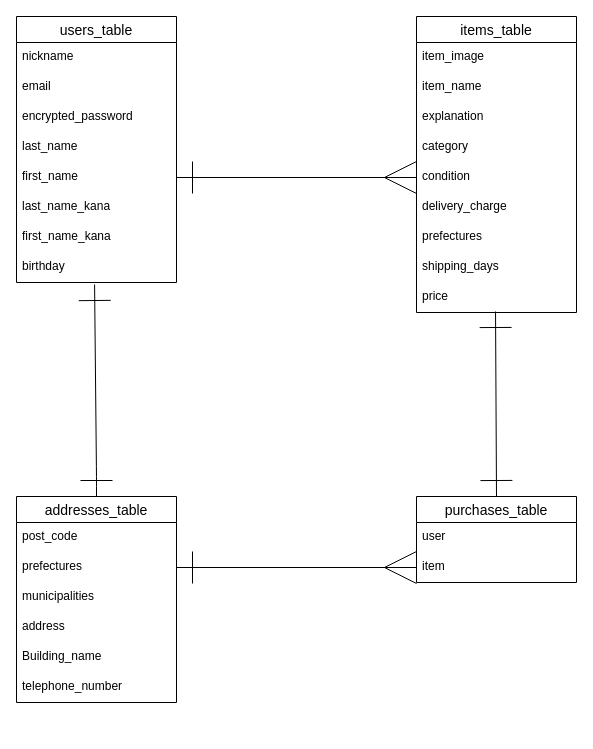
The draw.io diagram er.dio in mymai8/furima-38921, before the edit. Source tidied: cells renumbered, new cells numbered last; positions are measured from the earlier drawing's top-left corner, leaving out a move shared by most shapes. Both pictures are drawn from the tidied source at 100%, with x=0, y=0 at pixel (16, 16).
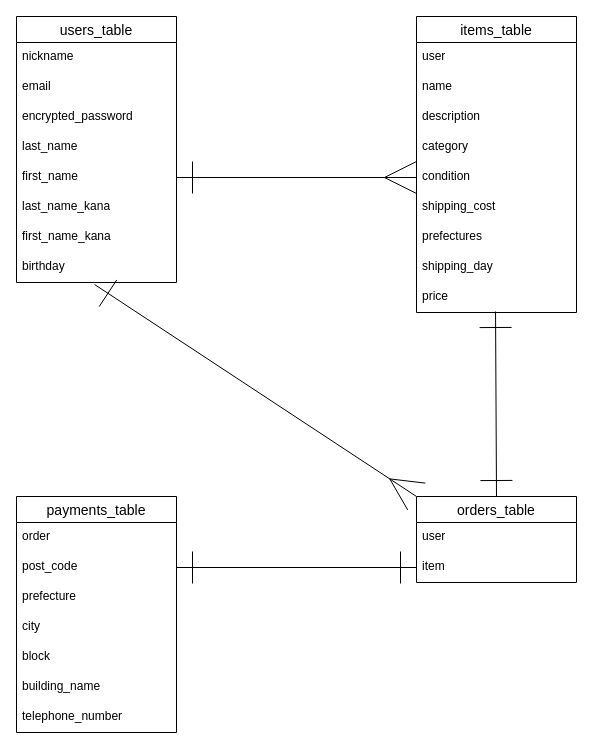
Above is the later version.

Commit message (it also covers changes not shown here):
ED図・READMEの修正2

The change refers to these unchanged cells:
```xml
<mxCell id="10" value="birthday" style="text;strokeColor=none;fillColor=none;spacingLeft=4;spacingRight=4;overflow=hidden;points=[[0,0.5],[1,0.5]];portConstraint=eastwest;fontSize=12;" parent="2" vertex="1">
  <mxGeometry y="236" width="160" height="30" as="geometry" />
</mxCell>
<mxCell id="11" value="items_table" style="swimlane;fontStyle=0;horizontal=1;startSize=26;align=center;fontSize=14;" parent="1" vertex="1">
  <mxGeometry x="400" width="160" height="296" as="geometry" />
</mxCell>
<mxCell id="32" value="item" style="text;strokeColor=none;fillColor=none;spacingLeft=4;spacingRight=4;overflow=hidden;points=[[0,0.5],[1,0.5]];portConstraint=eastwest;fontSize=12;" parent="30" vertex="1">
  <mxGeometry y="56" width="160" height="30" as="geometry" />
</mxCell>
```

The edit, as a diff of the source:
```diff
@@
-    <mxCell id="12" value="item_image" style="text;strokeColor=none;fillColor=none;spacingLeft=4;spacingRight=4;overflow=hidden;fontSize=12;" parent="11" vertex="1">
-      <mxGeometry y="26" width="160" height="30" as="geometry" />
-    </mxCell>
+    <mxCell id="35" value="user" style="text;strokeColor=none;fillColor=none;spacingLeft=4;spacingRight=4;overflow=hidden;fontSize=12;" parent="11" vertex="1">
+      <mxGeometry y="26" width="160" height="30" as="geometry" />
+    </mxCell>
-    <mxCell id="13" value="item_name" style="text;strokeColor=none;fillColor=none;spacingLeft=4;spacingRight=4;overflow=hidden;fontSize=12;" parent="11" vertex="1">
+    <mxCell id="13" value="name" style="text;strokeColor=none;fillColor=none;spacingLeft=4;spacingRight=4;overflow=hidden;fontSize=12;" parent="11" vertex="1">
       <mxGeometry y="56" width="160" height="30" as="geometry" />
     </mxCell>
-    <mxCell id="14" value="explanation" style="text;strokeColor=none;fillColor=none;spacingLeft=4;spacingRight=4;overflow=hidden;fontSize=12;" parent="11" vertex="1">
+    <mxCell id="14" value="description" style="text;strokeColor=none;fillColor=none;spacingLeft=4;spacingRight=4;overflow=hidden;fontSize=12;" parent="11" vertex="1">
       <mxGeometry y="86" width="160" height="30" as="geometry" />
     </mxCell>
@@
-    <mxCell id="17" value="delivery_charge" style="text;strokeColor=none;fillColor=none;spacingLeft=4;spacingRight=4;overflow=hidden;fontSize=12;" parent="11" vertex="1">
+    <mxCell id="17" value="shipping_cost" style="text;strokeColor=none;fillColor=none;spacingLeft=4;spacingRight=4;overflow=hidden;fontSize=12;" parent="11" vertex="1">
       <mxGeometry y="176" width="160" height="30" as="geometry" />
     </mxCell>
@@
-    <mxCell id="19" value="shipping_days" style="text;strokeColor=none;fillColor=none;spacingLeft=4;spacingRight=4;overflow=hidden;fontSize=12;" parent="11" vertex="1">
+    <mxCell id="19" value="shipping_day" style="text;strokeColor=none;fillColor=none;spacingLeft=4;spacingRight=4;overflow=hidden;fontSize=12;" parent="11" vertex="1">
       <mxGeometry y="236" width="160" height="30" as="geometry" />
     </mxCell>
@@
-    <mxCell id="22" value="addresses_table" style="swimlane;fontStyle=0;horizontal=1;startSize=26;align=center;fontSize=14;" parent="1" vertex="1">
-      <mxGeometry y="480" width="160" height="206" as="geometry" />
+    <mxCell id="22" value="payments_table" style="swimlane;fontStyle=0;horizontal=1;startSize=26;align=center;fontSize=14;" parent="1" vertex="1">
+      <mxGeometry y="480" width="160" height="236" as="geometry" />
     </mxCell>
+    <mxCell id="36" value="order" style="text;strokeColor=none;fillColor=none;spacingLeft=4;spacingRight=4;overflow=hidden;fontSize=12;" parent="22" vertex="1">
+      <mxGeometry y="26" width="160" height="30" as="geometry" />
+    </mxCell>
     <mxCell id="23" value="post_code" style="text;strokeColor=none;fillColor=none;spacingLeft=4;spacingRight=4;overflow=hidden;points=[[0,0.5],[1,0.5]];portConstraint=eastwest;fontSize=12;" parent="22" vertex="1">
-      <mxGeometry y="26" width="160" height="30" as="geometry" />
+      <mxGeometry y="56" width="160" height="30" as="geometry" />
     </mxCell>
-    <mxCell id="24" value="prefectures" style="text;strokeColor=none;fillColor=none;spacingLeft=4;spacingRight=4;overflow=hidden;points=[[0,0.5],[1,0.5]];portConstraint=eastwest;fontSize=12;" parent="22" vertex="1">
-      <mxGeometry y="56" width="160" height="30" as="geometry" />
+    <mxCell id="24" value="prefecture" style="text;strokeColor=none;fillColor=none;spacingLeft=4;spacingRight=4;overflow=hidden;points=[[0,0.5],[1,0.5]];portConstraint=eastwest;fontSize=12;" parent="22" vertex="1">
+      <mxGeometry y="86" width="160" height="30" as="geometry" />
     </mxCell>
-    <mxCell id="25" value="municipalities" style="text;strokeColor=none;fillColor=none;spacingLeft=4;spacingRight=4;overflow=hidden;fontSize=12;" parent="22" vertex="1">
-      <mxGeometry y="86" width="160" height="30" as="geometry" />
+    <mxCell id="25" value="city" style="text;strokeColor=none;fillColor=none;spacingLeft=4;spacingRight=4;overflow=hidden;fontSize=12;" parent="22" vertex="1">
+      <mxGeometry y="116" width="160" height="30" as="geometry" />
     </mxCell>
-    <mxCell id="26" value="address" style="text;strokeColor=none;fillColor=none;spacingLeft=4;spacingRight=4;overflow=hidden;fontSize=12;" parent="22" vertex="1">
-      <mxGeometry y="116" width="160" height="30" as="geometry" />
+    <mxCell id="26" value="block" style="text;strokeColor=none;fillColor=none;spacingLeft=4;spacingRight=4;overflow=hidden;fontSize=12;" parent="22" vertex="1">
+      <mxGeometry y="146" width="160" height="30" as="geometry" />
     </mxCell>
-    <mxCell id="27" value="Building_name" style="text;strokeColor=none;fillColor=none;spacingLeft=4;spacingRight=4;overflow=hidden;fontSize=12;" parent="22" vertex="1">
-      <mxGeometry y="146" width="160" height="30" as="geometry" />
+    <mxCell id="27" value="building_name" style="text;strokeColor=none;fillColor=none;spacingLeft=4;spacingRight=4;overflow=hidden;fontSize=12;" parent="22" vertex="1">
+      <mxGeometry y="176" width="160" height="30" as="geometry" />
     </mxCell>
     <mxCell id="28" value="telephone_number" style="text;strokeColor=none;fillColor=none;spacingLeft=4;spacingRight=4;overflow=hidden;fontSize=12;" parent="22" vertex="1">
-      <mxGeometry y="176" width="160" height="30" as="geometry" />
+      <mxGeometry y="206" width="160" height="30" as="geometry" />
     </mxCell>
-    <mxCell id="29" style="edgeStyle=none;jumpSize=12;html=1;entryX=0.5;entryY=0;entryDx=0;entryDy=0;strokeWidth=1;startArrow=ERone;startFill=0;endArrow=ERone;endFill=0;startSize=30;endSize=30;exitX=0.488;exitY=1.067;exitDx=0;exitDy=0;exitPerimeter=0;" parent="1" edge="1" source="10" target="22">
-      <mxGeometry relative="1" as="geometry">
-        <Array as="points">
-          <mxPoint x="80" y="460" />
-        </Array>
-      </mxGeometry>
+    <mxCell id="29" style="edgeStyle=none;jumpSize=12;html=1;entryX=0;entryY=0;entryDx=0;entryDy=0;strokeWidth=1;startArrow=ERone;startFill=0;endArrow=ERmany;endFill=0;startSize=30;endSize=30;exitX=0.488;exitY=1.067;exitDx=0;exitDy=0;exitPerimeter=0;" parent="1" edge="1" source="10" target="30">
+      <mxGeometry relative="1" as="geometry" />
     </mxCell>
-    <mxCell id="30" value="purchases_table" style="swimlane;fontStyle=0;horizontal=1;startSize=26;align=center;fontSize=14;" parent="1" vertex="1">
+    <mxCell id="30" value="orders_table" style="swimlane;fontStyle=0;horizontal=1;startSize=26;align=center;fontSize=14;" parent="1" vertex="1">
       <mxGeometry x="400" y="480" width="160" height="86" as="geometry" />
     </mxCell>
@@
-    <mxCell id="34" style="edgeStyle=none;jumpSize=12;html=1;exitX=1;exitY=0.5;exitDx=0;exitDy=0;entryX=0;entryY=0.5;entryDx=0;entryDy=0;strokeWidth=1;startArrow=ERone;startFill=0;endArrow=ERmany;endFill=0;startSize=30;endSize=30;" parent="1" edge="1" source="24" target="32">
-      <mxGeometry relative="1" as="geometry" />
+    <mxCell id="34" style="edgeStyle=none;jumpSize=12;html=1;strokeWidth=1;startArrow=ERone;startFill=0;endArrow=ERone;endFill=0;startSize=30;endSize=30;" parent="1" edge="1" source="23">
+      <mxGeometry relative="1" as="geometry">
+        <mxPoint x="400" y="551" as="targetPoint" />
+      </mxGeometry>
     </mxCell>
```
